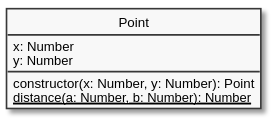
Before: ecma/object/assets/object-point-distance.svg, a diagram exported from PlantUML (ifpb/javascript-guide).
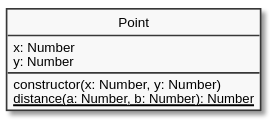
The same diagram one commit later.

Commit message:
updating object umls

The edit, as a diff of the source:
```diff
@@ -7,7 +7,7 @@
 class Point {
   x: Number
   y: Number
-  constructor(x: Number, y: Number): Point
+  constructor(x: Number, y: Number)
   {static} distance(a: Number, b: Number): Number
 }
 @enduml
```
